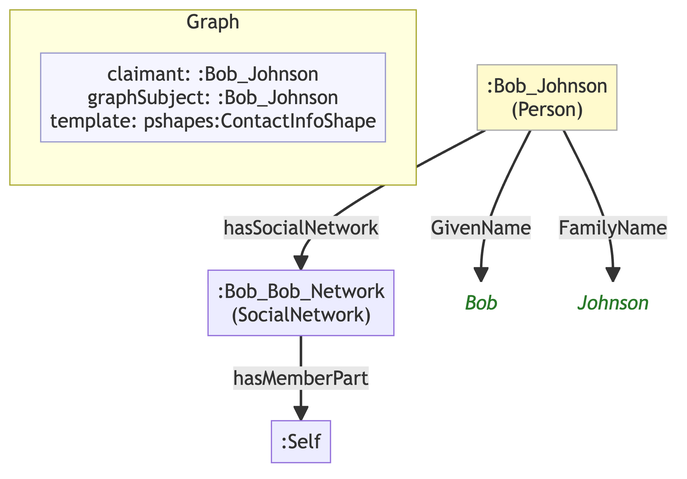
The Mermaid diagram example/graphs/images/graph-02.png in MeeFoundation/mia-ontologies, before a commit. Its source is kept beside it as example/graphs/images/graph-02.mmd.
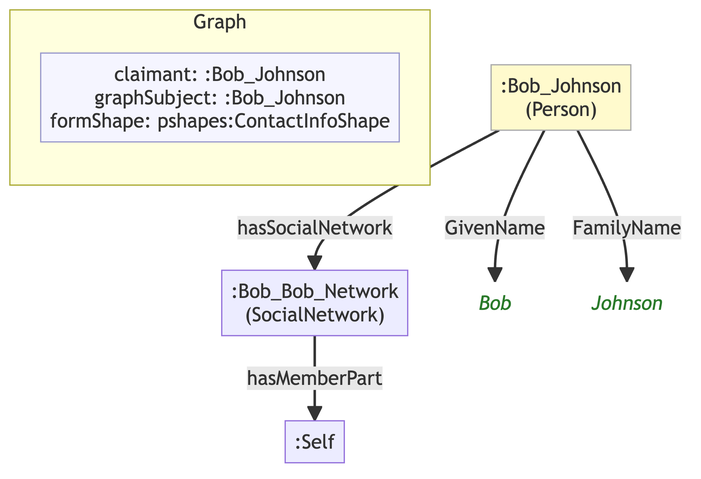
The same diagram one commit later.

The edit, as a diff of the source:
```diff
@@ -7,16 +7,16 @@
 
     subgraph ctx["Graph"]
         direction LR
-        ctx_meta["claimant: :Bob_Johnson\ngraphSubject: :Bob_Johnson\ntemplate: pshapes:ContactInfoShape"]:::meta
+        ctx_meta["claimant: :Bob_Johnson\ngraphSubject: :Bob_Johnson\nformShape: pshapes:ContactInfoShape"]:::meta
     end
 
-    n19c34148fc05[":Bob_Bob_Network\n(SocialNetwork)"]
-    n89768dce3f8b[":Self"]
-    n166b15bd501b[":Bob_Johnson\n(Person)"]:::person
-    na8c851c3e00d("Bob"):::lit
-    n977b35c48509("Johnson"):::lit
+    neae384a4670c[":Bob_Bob_Network\n(SocialNetwork)"]
+    nca0dda0e6750[":Self"]
+    ncec7d6304e56[":Bob_Johnson\n(Person)"]:::person
+    n06c156afc905("Bob"):::lit
+    ned55b19a54ec("Johnson"):::lit
 
-    n19c34148fc05 -->|"hasMemberPart"| n89768dce3f8b
-    n166b15bd501b -->|"GivenName"| na8c851c3e00d
-    n166b15bd501b -->|"FamilyName"| n977b35c48509
-    n166b15bd501b -->|"hasSocialNetwork"| n19c34148fc05
+    neae384a4670c -->|"hasMemberPart"| nca0dda0e6750
+    ncec7d6304e56 -->|"GivenName"| n06c156afc905
+    ncec7d6304e56 -->|"FamilyName"| ned55b19a54ec
+    ncec7d6304e56 -->|"hasSocialNetwork"| neae384a4670c
```
